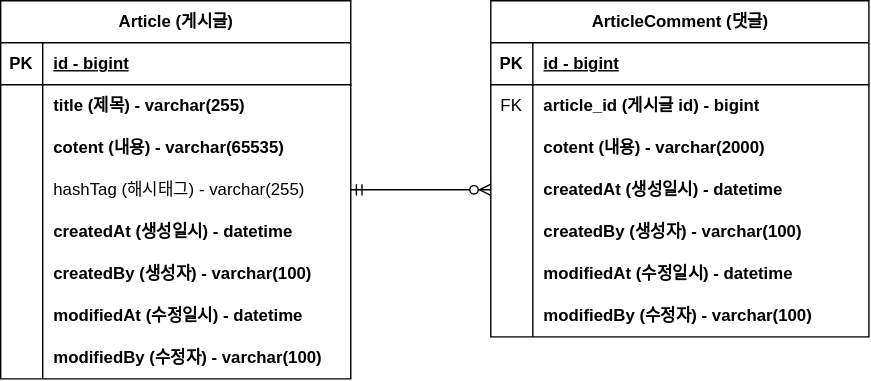
Above: document/project-board-erd.svg in betaa0528/fastcampus-project-board (draw.io), before the change. Source tidied: cells renumbered, new cells last; positions are measured from the earlier drawing's top-left corner, leaving out a move shared by most shapes.
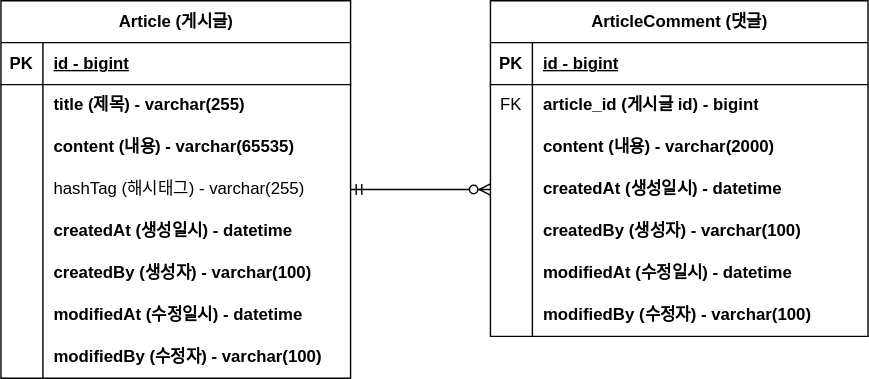
After the commit.

Change to the diagram source:
```diff
@@ -29,7 +29,7 @@
     <mxCell id="10" style="shape=partialRectangle;fillColor=none;top=0;left=0;bottom=0;right=0;overflow=hidden;whiteSpace=wrap;html=1;" parent="9" vertex="1">
       <mxGeometry width="30" height="30" as="geometry" />
     </mxCell>
-    <mxCell id="11" value="cotent (내용) - varchar(65535)" style="shape=partialRectangle;fillColor=none;top=0;left=0;bottom=0;right=0;align=left;spacingLeft=6;overflow=hidden;whiteSpace=wrap;html=1;fontStyle=1;" parent="9" vertex="1">
+    <mxCell id="11" value="content (내용) - varchar(65535)" style="shape=partialRectangle;fillColor=none;top=0;left=0;bottom=0;right=0;align=left;spacingLeft=6;overflow=hidden;whiteSpace=wrap;html=1;fontStyle=1;" parent="9" vertex="1">
       <mxGeometry x="30" width="220" height="30" as="geometry" />
     </mxCell>
     <mxCell id="12" style="shape=tableRow;horizontal=0;startSize=0;swimlaneHead=0;swimlaneBody=0;fillColor=none;points=[[0,0.5],[1,0.5]];portConstraint=eastwest;top=0;left=0;right=0;bottom=0;" parent="2" vertex="1">
@@ -104,7 +104,7 @@
     <mxCell id="35" style="shape=partialRectangle;fillColor=none;top=0;left=0;bottom=0;right=0;overflow=hidden;whiteSpace=wrap;html=1;" parent="34" vertex="1">
       <mxGeometry width="30" height="30" as="geometry" />
     </mxCell>
-    <mxCell id="36" value="cotent (내용) - varchar(2000)" style="shape=partialRectangle;fillColor=none;top=0;left=0;bottom=0;right=0;align=left;spacingLeft=6;overflow=hidden;whiteSpace=wrap;html=1;fontStyle=1;" parent="34" vertex="1">
+    <mxCell id="36" value="content (내용) - varchar(2000)" style="shape=partialRectangle;fillColor=none;top=0;left=0;bottom=0;right=0;align=left;spacingLeft=6;overflow=hidden;whiteSpace=wrap;html=1;fontStyle=1;" parent="34" vertex="1">
       <mxGeometry x="30" width="240" height="30" as="geometry" />
     </mxCell>
     <mxCell id="37" style="shape=tableRow;horizontal=0;startSize=0;swimlaneHead=0;swimlaneBody=0;fillColor=none;points=[[0,0.5],[1,0.5]];portConstraint=eastwest;top=0;left=0;right=0;bottom=0;" parent="27" vertex="1">
```
